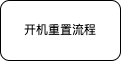
Before: 流程图-参考资料/workfolw.drawio.png, a diagram exported from draw.io (sakunamary/Roaster_s7-200). Source tidied: cells renumbered, new cells last; positions are measured from the earlier drawing's top-left corner, leaving out a move shared by most shapes. Source of this version:
```xml
<mxGraphModel>
  <root>
    <mxCell id="0" />
    <mxCell id="1" parent="0" />
    <mxCell id="2" value="开机重置流程" style="rounded=1;whiteSpace=wrap;html=1;" parent="1" vertex="1">
      <mxGeometry width="120" height="60" as="geometry" />
    </mxCell>
  </root>
</mxGraphModel>
```
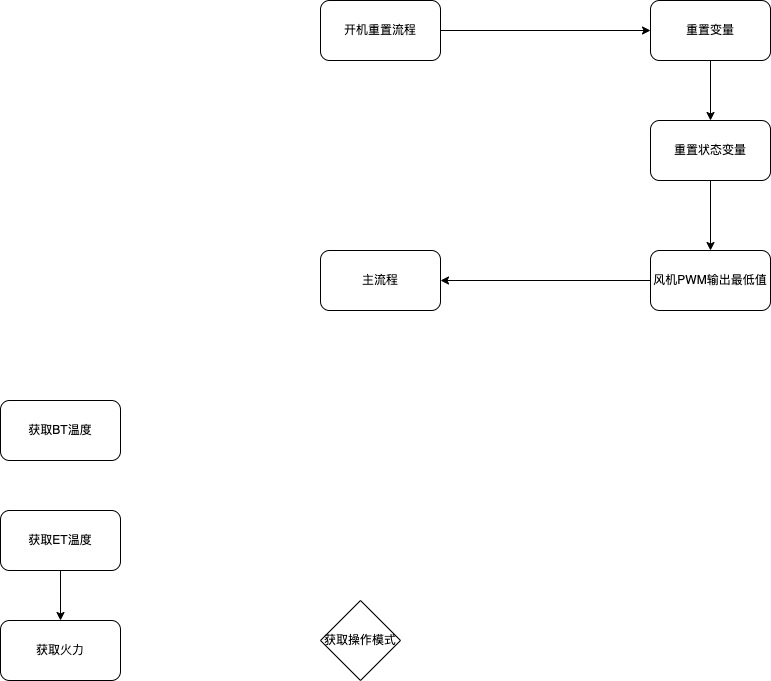
After the change.

The edit, as a diff of the source:
```diff
@@ -2,8 +2,47 @@
   <root>
     <mxCell id="0" />
     <mxCell id="1" parent="0" />
+    <mxCell id="3" style="edgeStyle=none;html=1;" parent="1" edge="1" source="2" target="5">
+      <mxGeometry relative="1" as="geometry" />
+    </mxCell>
     <mxCell id="2" value="开机重置流程" style="rounded=1;whiteSpace=wrap;html=1;" parent="1" vertex="1">
       <mxGeometry width="120" height="60" as="geometry" />
     </mxCell>
+    <mxCell id="4" style="edgeStyle=none;html=1;" parent="1" edge="1" source="5" target="7">
+      <mxGeometry relative="1" as="geometry" />
+    </mxCell>
+    <mxCell id="5" value="重置变量" style="whiteSpace=wrap;html=1;rounded=1;" parent="1" vertex="1">
+      <mxGeometry x="330" width="120" height="60" as="geometry" />
+    </mxCell>
+    <mxCell id="6" style="edgeStyle=none;html=1;" parent="1" edge="1" source="7" target="9">
+      <mxGeometry relative="1" as="geometry" />
+    </mxCell>
+    <mxCell id="7" value="重置状态变量" style="whiteSpace=wrap;html=1;rounded=1;" parent="1" vertex="1">
+      <mxGeometry x="330" y="120" width="120" height="60" as="geometry" />
+    </mxCell>
+    <mxCell id="8" style="edgeStyle=none;html=1;" parent="1" edge="1" source="9" target="15">
+      <mxGeometry relative="1" as="geometry" />
+    </mxCell>
+    <mxCell id="9" value="风机PWM输出最低值" style="whiteSpace=wrap;html=1;rounded=1;" parent="1" vertex="1">
+      <mxGeometry x="330" y="250" width="120" height="60" as="geometry" />
+    </mxCell>
+    <mxCell id="10" value="获取BT温度" style="whiteSpace=wrap;html=1;rounded=1;" parent="1" vertex="1">
+      <mxGeometry x="-320" y="400" width="120" height="60" as="geometry" />
+    </mxCell>
+    <mxCell id="11" style="edgeStyle=none;html=1;" parent="1" edge="1" source="12" target="13">
+      <mxGeometry relative="1" as="geometry" />
+    </mxCell>
+    <mxCell id="12" value="获取ET温度" style="whiteSpace=wrap;html=1;rounded=1;" parent="1" vertex="1">
+      <mxGeometry x="-320" y="510" width="120" height="60" as="geometry" />
+    </mxCell>
+    <mxCell id="13" value="获取火力" style="whiteSpace=wrap;html=1;rounded=1;" parent="1" vertex="1">
+      <mxGeometry x="-320" y="620" width="120" height="60" as="geometry" />
+    </mxCell>
+    <mxCell id="14" value="获取操作模式" style="rhombus;whiteSpace=wrap;html=1;" parent="1" vertex="1">
+      <mxGeometry y="600" width="80" height="80" as="geometry" />
+    </mxCell>
+    <mxCell id="15" value="主流程" style="whiteSpace=wrap;html=1;rounded=1;" parent="1" vertex="1">
+      <mxGeometry y="250" width="120" height="60" as="geometry" />
+    </mxCell>
   </root>
 </mxGraphModel>
```
